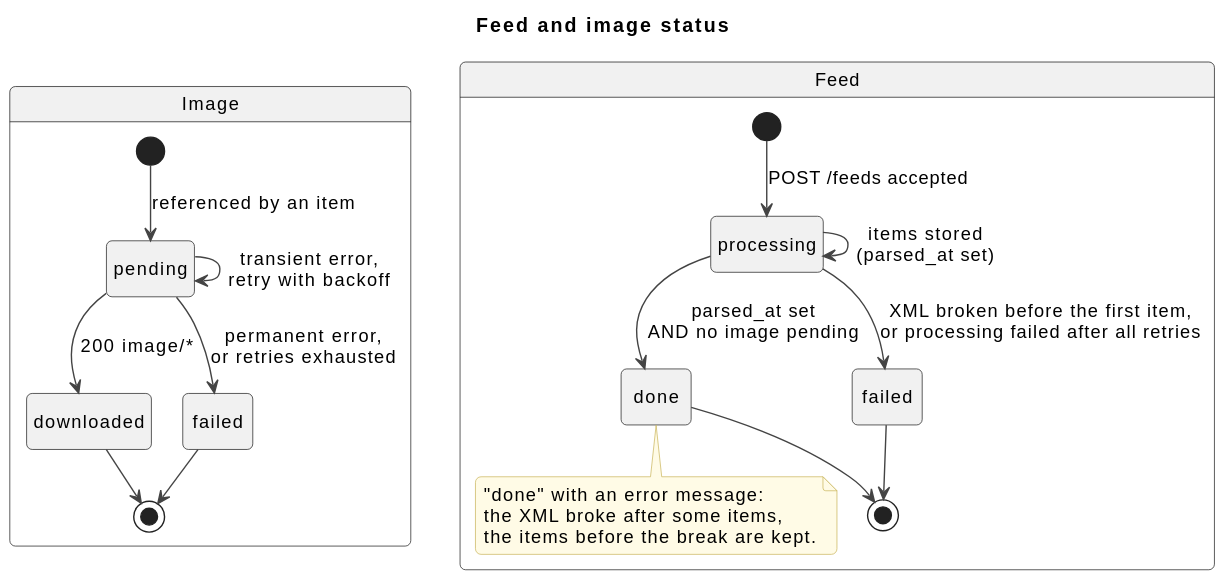
Above: docs/diagrams/states.svg in Majny/item-feed-service (PlantUML), before the change. The source it was exported from:
```plantuml
@startuml
!include _style.iuml
title Feed and image status
hide empty description

state "Feed" as Feed {
  state "processing" as FProcessing
  state "done" as FDone
  state "failed" as FFailed
  [*] --> FProcessing : POST /feeds accepted
  FProcessing --> FProcessing : items stored\n(parsed_at set)
  FProcessing --> FDone : parsed_at set\nAND no image pending
  FProcessing --> FFailed : XML broken before the first item,\nor processing failed after all retries
  FDone --> [*]
  FFailed --> [*]
  note bottom of FDone
    "done" with an error message:
    the XML broke after some items,
    the items before the break are kept.
  end note
}

state "Image" as Image {
  state "pending" as IPending
  state "downloaded" as IDownloaded
  state "failed" as IFailed
  [*] --> IPending : referenced by an item
  IPending --> IPending : transient error,\nretry with backoff
  IPending --> IDownloaded : 200 image/*
  IPending --> IFailed : permanent error,\nor retries exhausted
  IDownloaded --> [*]
  IFailed --> [*]
}

Image -[hidden]right-> Feed
@enduml
```
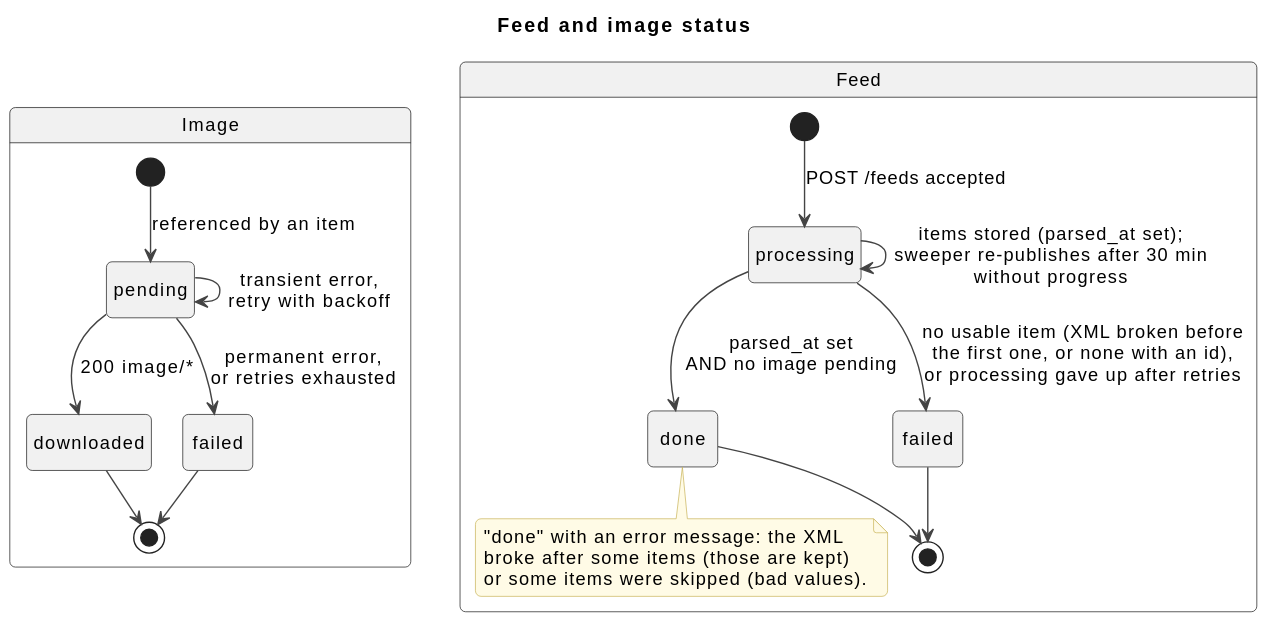
The same file after the commit.

The edit, as a diff of the source:
```diff
@@ -8,15 +8,15 @@
   state "done" as FDone
   state "failed" as FFailed
   [*] --> FProcessing : POST /feeds accepted
-  FProcessing --> FProcessing : items stored\n(parsed_at set)
+  FProcessing --> FProcessing : items stored (parsed_at set);\nsweeper re-publishes after 30 min\nwithout progress
   FProcessing --> FDone : parsed_at set\nAND no image pending
-  FProcessing --> FFailed : XML broken before the first item,\nor processing failed after all retries
+  FProcessing --> FFailed : no usable item (XML broken before\nthe first one, or none with an id),\nor processing gave up after retries
   FDone --> [*]
   FFailed --> [*]
   note bottom of FDone
-    "done" with an error message:
-    the XML broke after some items,
-    the items before the break are kept.
+    "done" with an error message: the XML
+    broke after some items (those are kept)
+    or some items were skipped (bad values).
   end note
 }
 
```
